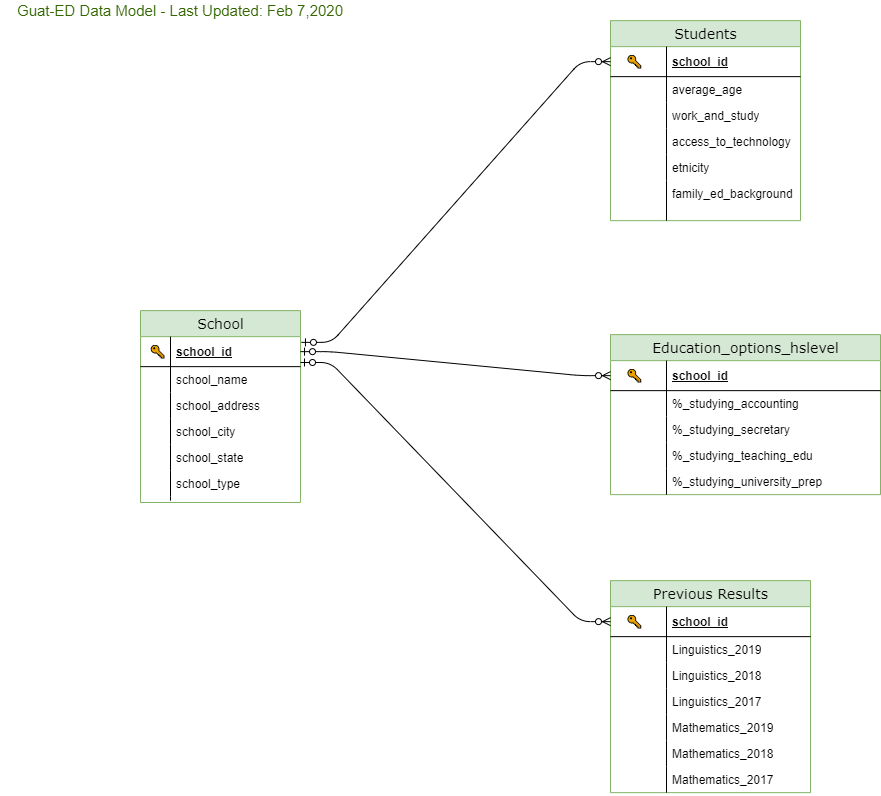
This is DataModel.png from LilianReanda/ee3503_project, a draw.io export, as it was before one commit. Source tidied: cells renumbered, new cells last; positions are measured from the earlier drawing's top-left corner, leaving out a move shared by most shapes.
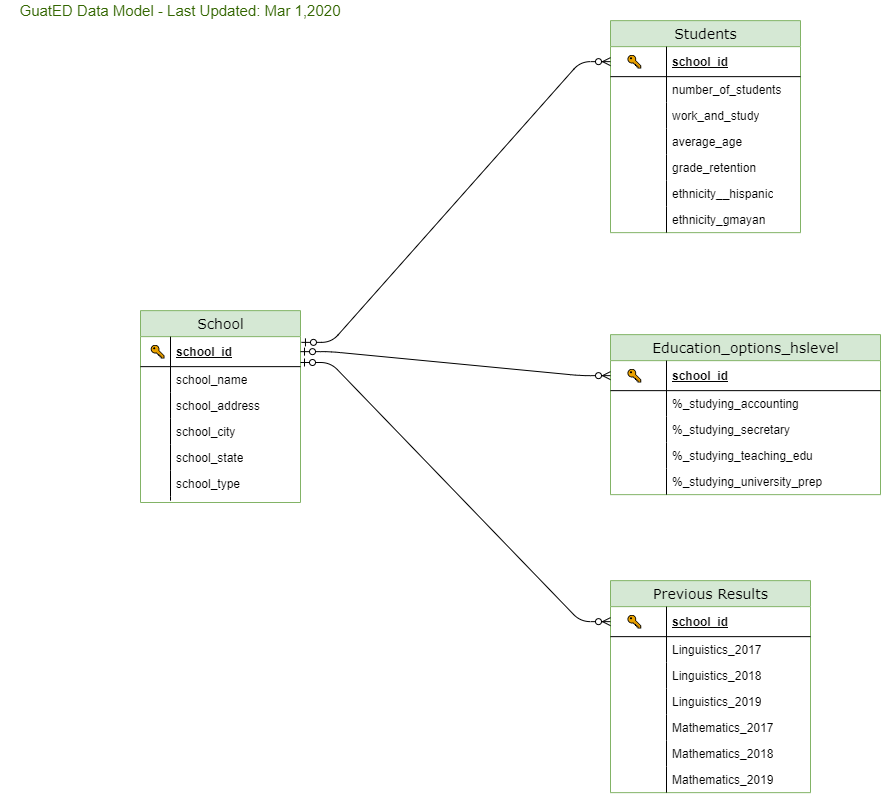
After the commit.

Diff of the diagram source:
```diff
@@ -48,7 +48,7 @@
       <mxGeometry width="30" height="4" as="geometry" />
     </mxCell>
     <mxCell id="17" value="Students" style="swimlane;html=1;fontStyle=0;horizontal=1;startSize=26;fillColor=#d5e8d4;swimlaneFillColor=#ffffff;align=center;rounded=0;shadow=0;comic=0;labelBackgroundColor=none;strokeWidth=1;fontFamily=Verdana;fontSize=14;strokeColor=#82b366;" parent="1" vertex="1">
-      <mxGeometry x="610" y="20.1" width="190" height="200" as="geometry" />
+      <mxGeometry x="610" y="20.1" width="190" height="212" as="geometry" />
     </mxCell>
     <mxCell id="18" value="school_id" style="shape=partialRectangle;top=0;left=0;right=0;bottom=1;html=1;align=left;verticalAlign=middle;fillColor=none;spacingLeft=60;spacingRight=4;whiteSpace=wrap;overflow=hidden;points=[[0,0.5],[1,0.5]];portConstraint=eastwest;fontStyle=5;" parent="17" vertex="1">
       <mxGeometry y="26" width="190" height="30" as="geometry" />
@@ -56,7 +56,7 @@
     <mxCell id="19" value="&amp;nbsp; &amp;nbsp;🔑" style="shape=partialRectangle;fontStyle=1;top=0;left=0;bottom=0;html=1;fillColor=none;align=left;verticalAlign=middle;spacingLeft=4;spacingRight=4;whiteSpace=wrap;overflow=hidden;" parent="18" vertex="1">
       <mxGeometry width="56" height="30" as="geometry" />
     </mxCell>
-    <mxCell id="20" value="average_age" style="shape=partialRectangle;top=0;left=0;right=0;bottom=0;html=1;align=left;verticalAlign=top;fillColor=none;spacingLeft=60;spacingRight=4;whiteSpace=wrap;overflow=hidden;" parent="17" vertex="1">
+    <mxCell id="20" value="number_of_students" style="shape=partialRectangle;top=0;left=0;right=0;bottom=0;html=1;align=left;verticalAlign=top;fillColor=none;spacingLeft=60;spacingRight=4;whiteSpace=wrap;overflow=hidden;" parent="17" vertex="1">
       <mxGeometry y="56" width="190" height="26" as="geometry" />
     </mxCell>
     <mxCell id="21" style="shape=partialRectangle;top=0;left=0;bottom=0;html=1;fillColor=none;align=left;verticalAlign=top;spacingLeft=4;spacingRight=4;whiteSpace=wrap;overflow=hidden;" parent="20" vertex="1">
@@ -68,23 +68,29 @@
     <mxCell id="23" style="shape=partialRectangle;top=0;left=0;bottom=0;html=1;fillColor=none;align=left;verticalAlign=top;spacingLeft=4;spacingRight=4;whiteSpace=wrap;overflow=hidden;" parent="22" vertex="1">
       <mxGeometry width="56" height="26" as="geometry" />
     </mxCell>
-    <mxCell id="24" value="&lt;span&gt;access_to_technology&lt;/span&gt;" style="shape=partialRectangle;top=0;left=0;right=0;bottom=0;html=1;align=left;verticalAlign=top;fillColor=none;spacingLeft=60;spacingRight=4;whiteSpace=wrap;overflow=hidden;" parent="17" vertex="1">
+    <mxCell id="24" value="&lt;span&gt;average_age&lt;/span&gt;" style="shape=partialRectangle;top=0;left=0;right=0;bottom=0;html=1;align=left;verticalAlign=top;fillColor=none;spacingLeft=60;spacingRight=4;whiteSpace=wrap;overflow=hidden;" parent="17" vertex="1">
       <mxGeometry y="108" width="190" height="26" as="geometry" />
     </mxCell>
     <mxCell id="25" style="shape=partialRectangle;top=0;left=0;bottom=0;html=1;fillColor=none;align=left;verticalAlign=top;spacingLeft=4;spacingRight=4;whiteSpace=wrap;overflow=hidden;" parent="24" vertex="1">
       <mxGeometry width="56" height="26" as="geometry" />
     </mxCell>
+    <mxCell id="60" value="grade_retention" style="shape=partialRectangle;top=0;left=0;right=0;bottom=0;html=1;align=left;verticalAlign=top;fillColor=none;spacingLeft=60;spacingRight=4;whiteSpace=wrap;overflow=hidden;" parent="17" vertex="1">
+      <mxGeometry y="134" width="190" height="26" as="geometry" />
+    </mxCell>
+    <mxCell id="61" style="shape=partialRectangle;top=0;left=0;bottom=0;html=1;fillColor=none;align=left;verticalAlign=top;spacingLeft=4;spacingRight=4;whiteSpace=wrap;overflow=hidden;" parent="60" vertex="1">
+      <mxGeometry width="56" height="26" as="geometry" />
+    </mxCell>
-    <mxCell id="26" value="&lt;span&gt;etnicity&lt;/span&gt;" style="shape=partialRectangle;top=0;left=0;right=0;bottom=0;html=1;align=left;verticalAlign=top;fillColor=none;spacingLeft=60;spacingRight=4;whiteSpace=wrap;overflow=hidden;" parent="17" vertex="1">
-      <mxGeometry y="134" width="190" height="26" as="geometry" />
+    <mxCell id="26" value="&lt;span&gt;ethnicity__hispanic&lt;br&gt;&lt;br&gt;&lt;/span&gt;" style="shape=partialRectangle;top=0;left=0;right=0;bottom=0;html=1;align=left;verticalAlign=top;fillColor=none;spacingLeft=60;spacingRight=4;whiteSpace=wrap;overflow=hidden;" parent="17" vertex="1">
+      <mxGeometry y="160" width="190" height="26" as="geometry" />
     </mxCell>
     <mxCell id="27" style="shape=partialRectangle;top=0;left=0;bottom=0;html=1;fillColor=none;align=left;verticalAlign=top;spacingLeft=4;spacingRight=4;whiteSpace=wrap;overflow=hidden;" parent="26" vertex="1">
       <mxGeometry width="56" height="26" as="geometry" />
     </mxCell>
-    <mxCell id="28" value="&lt;span&gt;family_ed_background&lt;/span&gt;" style="shape=partialRectangle;top=0;left=0;right=0;bottom=0;html=1;align=left;verticalAlign=top;fillColor=none;spacingLeft=60;spacingRight=4;whiteSpace=wrap;overflow=hidden;" parent="17" vertex="1">
-      <mxGeometry y="160" width="190" height="40" as="geometry" />
+    <mxCell id="28" value="ethnicity_gmayan" style="shape=partialRectangle;top=0;left=0;right=0;bottom=0;html=1;align=left;verticalAlign=top;fillColor=none;spacingLeft=60;spacingRight=4;whiteSpace=wrap;overflow=hidden;" parent="17" vertex="1">
+      <mxGeometry y="186" width="190" height="26" as="geometry" />
     </mxCell>
     <mxCell id="29" style="shape=partialRectangle;top=0;left=0;bottom=0;html=1;fillColor=none;align=left;verticalAlign=top;spacingLeft=4;spacingRight=4;whiteSpace=wrap;overflow=hidden;" parent="28" vertex="1">
-      <mxGeometry width="56" height="40" as="geometry" />
+      <mxGeometry width="56" height="26" as="geometry" />
     </mxCell>
     <mxCell id="30" style="edgeStyle=entityRelationEdgeStyle;html=1;endArrow=ERzeroToMany;startArrow=ERzeroToOne;labelBackgroundColor=none;fontFamily=Verdana;fontSize=14;entryX=0;entryY=0.5;entryDx=0;entryDy=0;exitX=1.006;exitY=0.191;exitDx=0;exitDy=0;exitPerimeter=0;" parent="1" edge="1" source="3" target="18">
       <mxGeometry relative="1" as="geometry" />
@@ -131,7 +137,7 @@
     <mxCell id="44" value="&lt;span style=&quot;white-space: normal&quot;&gt;&amp;nbsp; &amp;nbsp;🔑&lt;/span&gt;" style="shape=partialRectangle;fontStyle=1;top=0;left=0;bottom=0;html=1;fillColor=none;align=left;verticalAlign=middle;spacingLeft=4;spacingRight=4;whiteSpace=wrap;overflow=hidden;" parent="43" vertex="1">
       <mxGeometry width="56" height="30" as="geometry" />
     </mxCell>
-    <mxCell id="45" value="&lt;span&gt;Linguistics_2019&lt;/span&gt;" style="shape=partialRectangle;top=0;left=0;right=0;bottom=0;html=1;align=left;verticalAlign=top;fillColor=none;spacingLeft=60;spacingRight=4;whiteSpace=wrap;overflow=hidden;" parent="42" vertex="1">
+    <mxCell id="45" value="&lt;span&gt;Linguistics_2017&lt;/span&gt;" style="shape=partialRectangle;top=0;left=0;right=0;bottom=0;html=1;align=left;verticalAlign=top;fillColor=none;spacingLeft=60;spacingRight=4;whiteSpace=wrap;overflow=hidden;" parent="42" vertex="1">
       <mxGeometry y="56" width="200" height="26" as="geometry" />
     </mxCell>
     <mxCell id="46" style="shape=partialRectangle;top=0;left=0;bottom=0;html=1;fillColor=none;align=left;verticalAlign=top;spacingLeft=4;spacingRight=4;whiteSpace=wrap;overflow=hidden;" parent="45" vertex="1">
@@ -143,13 +149,13 @@
     <mxCell id="48" style="shape=partialRectangle;top=0;left=0;bottom=0;html=1;fillColor=none;align=left;verticalAlign=top;spacingLeft=4;spacingRight=4;whiteSpace=wrap;overflow=hidden;" parent="47" vertex="1">
       <mxGeometry width="56" height="26" as="geometry" />
     </mxCell>
-    <mxCell id="49" value="&lt;span&gt;Linguistics_2017&lt;/span&gt;" style="shape=partialRectangle;top=0;left=0;right=0;bottom=0;html=1;align=left;verticalAlign=top;fillColor=none;spacingLeft=60;spacingRight=4;whiteSpace=wrap;overflow=hidden;" parent="42" vertex="1">
+    <mxCell id="49" value="&lt;span&gt;Linguistics_2019&lt;/span&gt;" style="shape=partialRectangle;top=0;left=0;right=0;bottom=0;html=1;align=left;verticalAlign=top;fillColor=none;spacingLeft=60;spacingRight=4;whiteSpace=wrap;overflow=hidden;" parent="42" vertex="1">
       <mxGeometry y="108" width="200" height="26" as="geometry" />
     </mxCell>
     <mxCell id="50" style="shape=partialRectangle;top=0;left=0;bottom=0;html=1;fillColor=none;align=left;verticalAlign=top;spacingLeft=4;spacingRight=4;whiteSpace=wrap;overflow=hidden;" parent="49" vertex="1">
       <mxGeometry width="56" height="26" as="geometry" />
     </mxCell>
-    <mxCell id="51" value="&lt;span&gt;Mathematics_2019&lt;/span&gt;" style="shape=partialRectangle;top=0;left=0;right=0;bottom=0;html=1;align=left;verticalAlign=top;fillColor=none;spacingLeft=60;spacingRight=4;whiteSpace=wrap;overflow=hidden;" parent="42" vertex="1">
+    <mxCell id="51" value="&lt;span&gt;Mathematics_2017&lt;/span&gt;" style="shape=partialRectangle;top=0;left=0;right=0;bottom=0;html=1;align=left;verticalAlign=top;fillColor=none;spacingLeft=60;spacingRight=4;whiteSpace=wrap;overflow=hidden;" parent="42" vertex="1">
       <mxGeometry y="134" width="200" height="26" as="geometry" />
     </mxCell>
     <mxCell id="52" style="shape=partialRectangle;top=0;left=0;bottom=0;html=1;fillColor=none;align=left;verticalAlign=top;spacingLeft=4;spacingRight=4;whiteSpace=wrap;overflow=hidden;" parent="51" vertex="1">
@@ -161,7 +167,7 @@
     <mxCell id="54" style="shape=partialRectangle;top=0;left=0;bottom=0;html=1;fillColor=none;align=left;verticalAlign=top;spacingLeft=4;spacingRight=4;whiteSpace=wrap;overflow=hidden;" parent="53" vertex="1">
       <mxGeometry width="56" height="26" as="geometry" />
     </mxCell>
-    <mxCell id="55" value="&lt;span&gt;Mathematics_2017&lt;/span&gt;" style="shape=partialRectangle;top=0;left=0;right=0;bottom=0;html=1;align=left;verticalAlign=top;fillColor=none;spacingLeft=60;spacingRight=4;whiteSpace=wrap;overflow=hidden;" parent="42" vertex="1">
+    <mxCell id="55" value="&lt;span&gt;Mathematics_2019&lt;/span&gt;" style="shape=partialRectangle;top=0;left=0;right=0;bottom=0;html=1;align=left;verticalAlign=top;fillColor=none;spacingLeft=60;spacingRight=4;whiteSpace=wrap;overflow=hidden;" parent="42" vertex="1">
       <mxGeometry y="186" width="200" height="26" as="geometry" />
     </mxCell>
     <mxCell id="56" style="shape=partialRectangle;top=0;left=0;bottom=0;html=1;fillColor=none;align=left;verticalAlign=top;spacingLeft=4;spacingRight=4;whiteSpace=wrap;overflow=hidden;" parent="55" vertex="1">
@@ -175,7 +181,7 @@
         <mxPoint x="300" y="362" as="sourcePoint" />
       </mxGeometry>
     </mxCell>
-    <mxCell id="59" value="Guat-ED Data Model - Last Updated: Feb 7,2020" style="text;html=1;strokeColor=none;fillColor=none;align=center;verticalAlign=middle;whiteSpace=wrap;rounded=0;fontSize=15;fontColor=#336600;" parent="1" vertex="1">
+    <mxCell id="59" value="GuatED Data Model - Last Updated: Mar 1,2020" style="text;html=1;strokeColor=none;fillColor=none;align=center;verticalAlign=middle;whiteSpace=wrap;rounded=0;fontSize=15;fontColor=#336600;" parent="1" vertex="1">
       <mxGeometry y="0.1" width="360" height="20" as="geometry" />
     </mxCell>
   </root>
```
